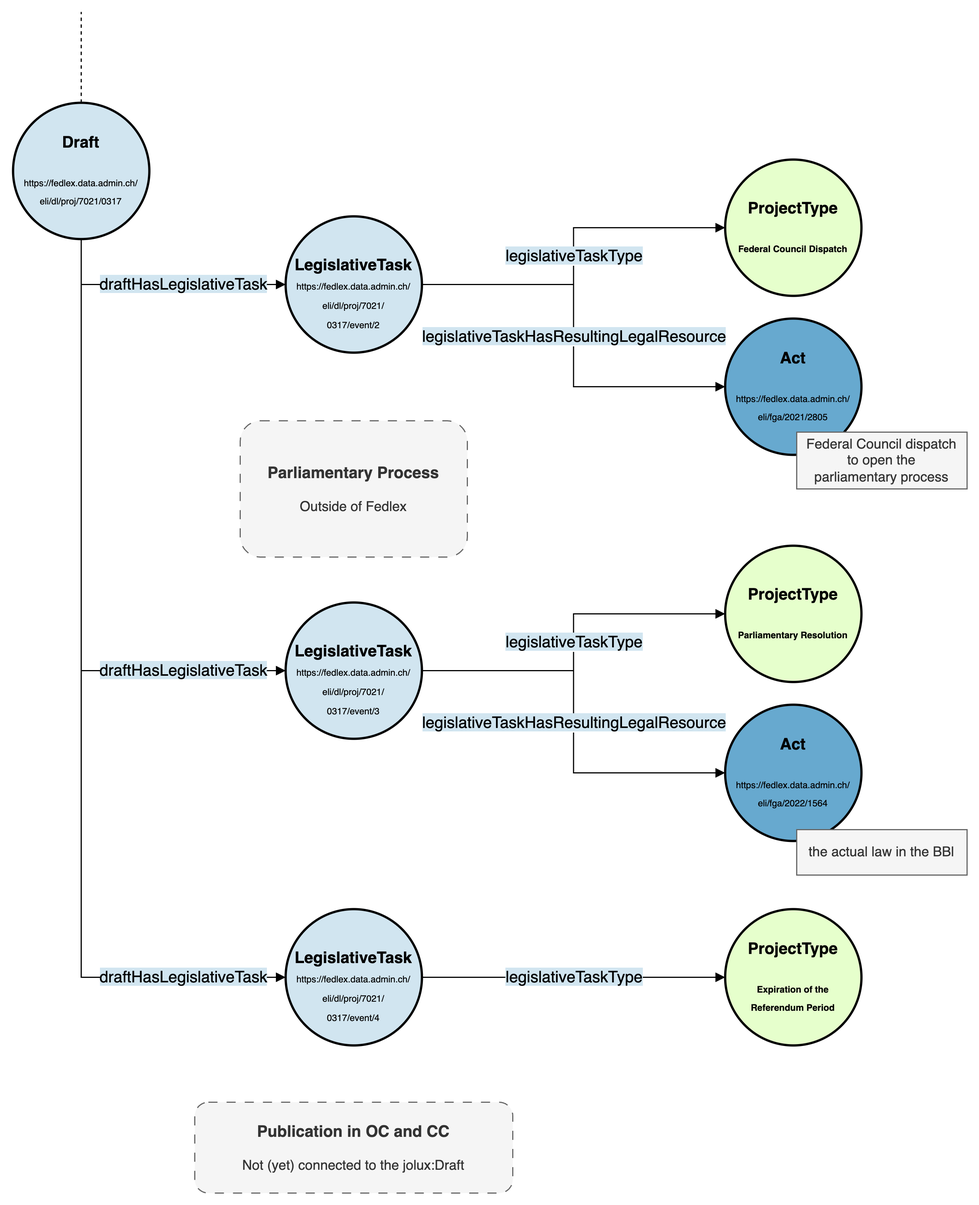
Above: doc/img/draft_example_2.png in swiss/fedlex-jolux (draw.io), before the change. Source tidied: cells renumbered, new cells last; positions are measured from the earlier drawing's top-left corner, leaving out a move shared by most shapes.
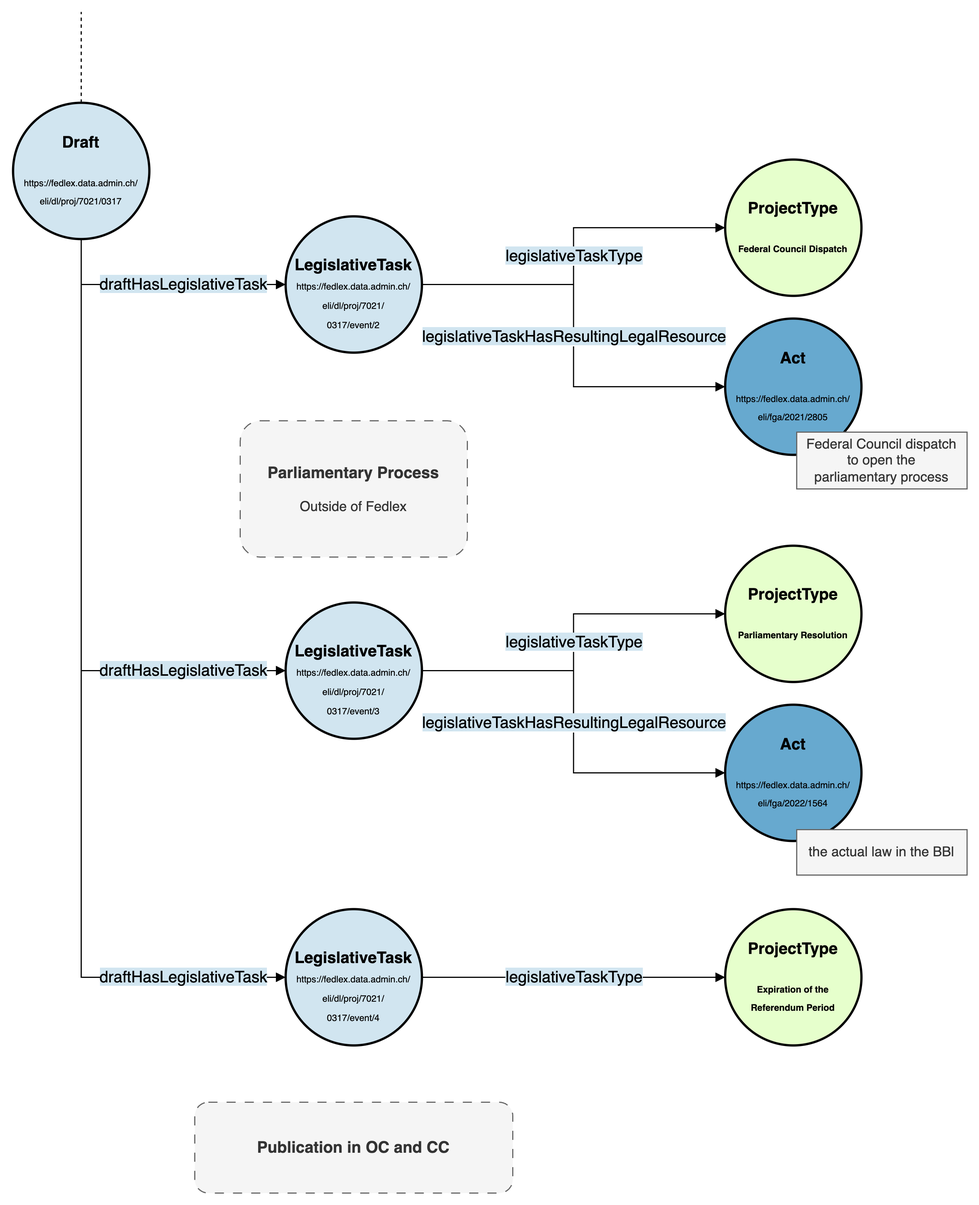
After the commit.

What changed in the source:
```diff
@@ -75,7 +75,7 @@
         </Array>
       </mxGeometry>
     </mxCell>
-    <mxCell id="22" value="&lt;div&gt;&lt;span style=&quot;font-size: 14px;&quot;&gt;&lt;b&gt;Publication in OC and CC&lt;/b&gt;&lt;/span&gt;&lt;/div&gt;&lt;div&gt;&lt;br&gt;&lt;/div&gt;&lt;div&gt;Not (yet) connected to the jolux:Draft&lt;/div&gt;" style="rounded=1;whiteSpace=wrap;html=1;fillColor=#f5f5f5;fontColor=#333333;strokeColor=#666666;dashed=1;dashPattern=8 8;" parent="1" vertex="1">
+    <mxCell id="22" value="&lt;div&gt;&lt;span style=&quot;font-size: 14px;&quot;&gt;&lt;b&gt;Publication in OC and CC&lt;/b&gt;&lt;/span&gt;&lt;/div&gt;" style="rounded=1;whiteSpace=wrap;html=1;fillColor=#f5f5f5;fontColor=#333333;strokeColor=#666666;dashed=1;dashPattern=8 8;" parent="1" vertex="1">
       <mxGeometry x="160" y="960" width="280" height="80" as="geometry" />
     </mxCell>
     <mxCell id="23" style="endArrow=none;html=1;exitX=0.5;exitY=0;exitDx=0;exitDy=0;dashed=1;" parent="1" edge="1">
```
